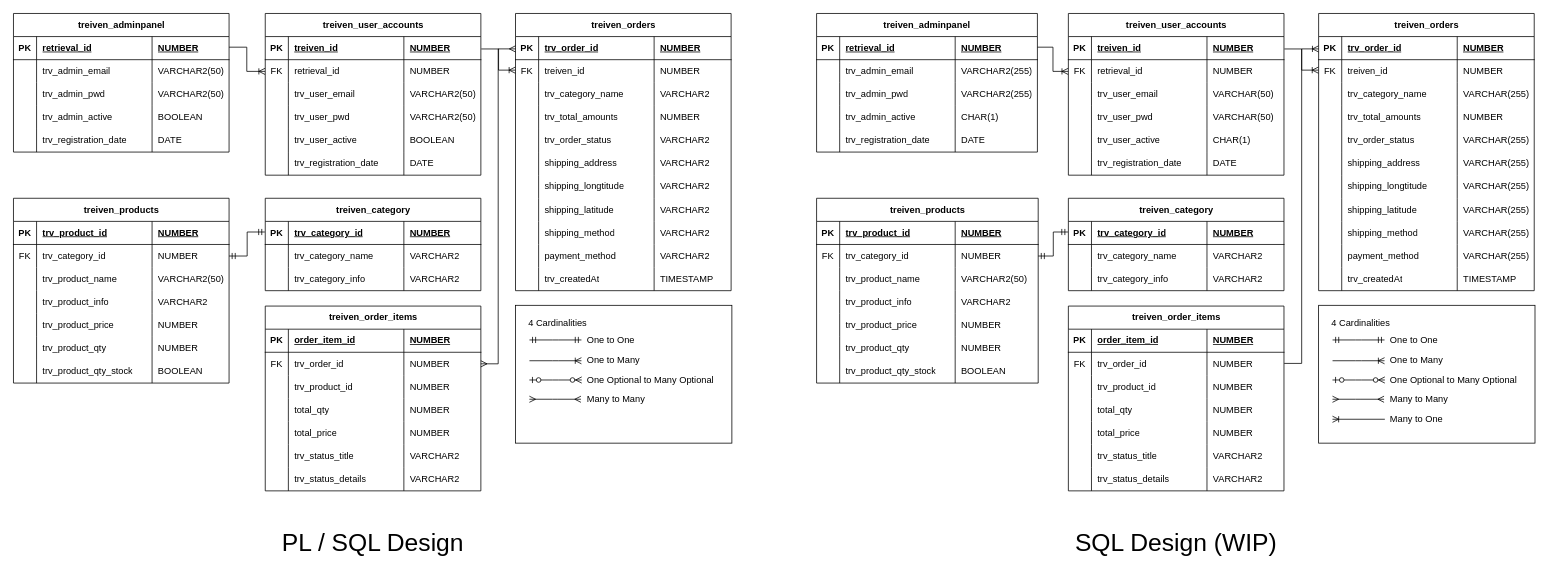
Above: public/treiven.drawio in lash0000/im101 (draw.io), before the change. Source tidied: cells renumbered, new cells numbered last; positions are measured from the earlier drawing's top-left corner, leaving out a move shared by most shapes. Both pictures are drawn from the tidied source at 77%, with x=0, y=0 at pixel (13, 13).
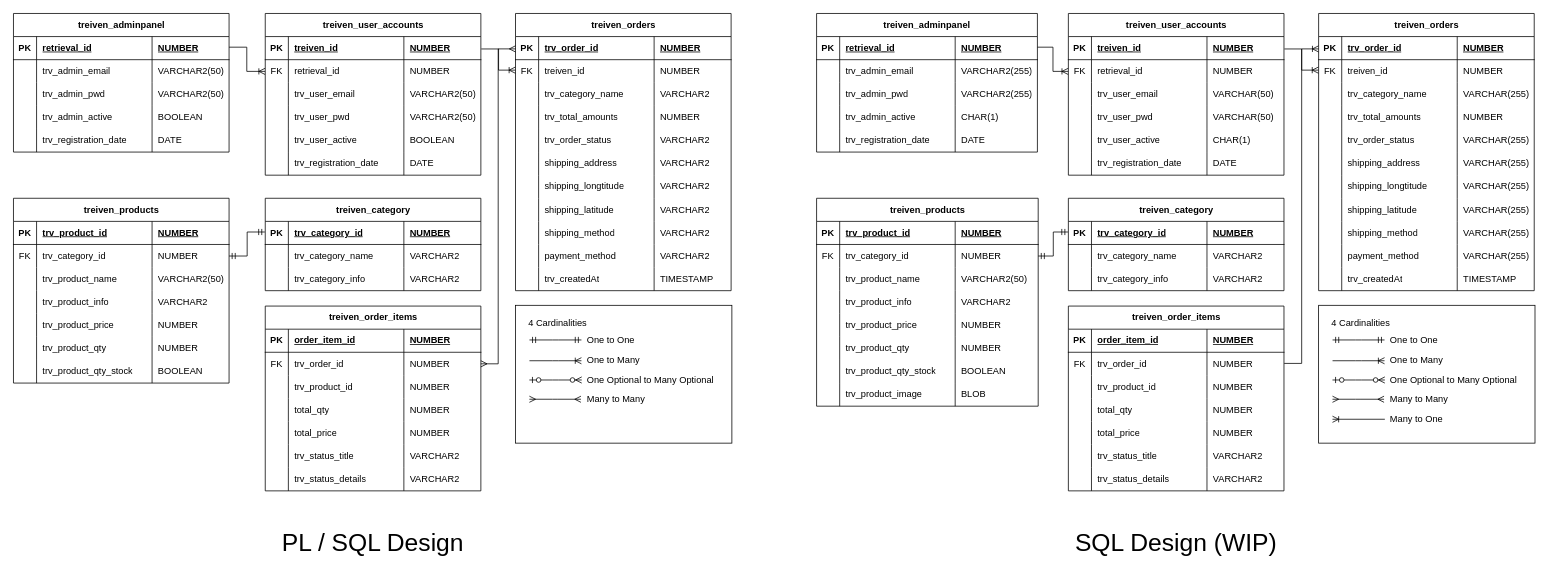
After the change.

What changed in the source:
```diff
@@
     <mxCell id="226" value="treiven_products" style="shape=table;startSize=30;childLayout=tableLayout;rowLines=0;fontStyle=1;align=center;html=1;" parent="1" vertex="1">
-      <mxGeometry x="1043" y="240" width="287.8" height="240" as="geometry" />
+      <mxGeometry x="1043" y="240" width="287.8" height="270" as="geometry" />
     </mxCell>
@@
+    <mxCell id="360" style="shape=tableRow;horizontal=0;startSize=0;swimlaneHead=0;swimlaneBody=0;fillColor=none;top=0;left=0;right=0;bottom=0;" parent="226" vertex="1">
+      <mxGeometry y="240" width="287.8" height="30" as="geometry" />
+    </mxCell>
+    <mxCell id="361" style="shape=partialRectangle;fillColor=none;top=0;left=0;bottom=0;right=0;overflow=hidden;whiteSpace=wrap;html=1;" parent="360" vertex="1">
+      <mxGeometry width="30" height="30" as="geometry" />
+    </mxCell>
+    <mxCell id="362" value="trv_product_image" style="shape=partialRectangle;fillColor=none;top=0;left=0;bottom=0;right=0;align=left;spacingLeft=6;overflow=hidden;whiteSpace=wrap;html=1;" parent="360" vertex="1">
+      <mxGeometry x="30" width="150" height="30" as="geometry" />
+    </mxCell>
+    <mxCell id="363" value="BLOB" style="shape=partialRectangle;fillColor=none;top=0;left=0;bottom=0;right=0;align=left;spacingLeft=6;overflow=hidden;whiteSpace=wrap;html=1;" parent="360" vertex="1">
+      <mxGeometry x="180" width="107.8" height="30" as="geometry" />
+    </mxCell>
```
